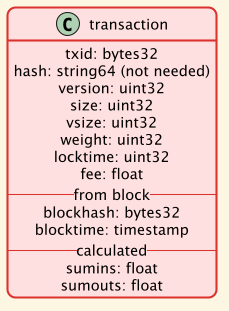
Before: out/uml/tx/transaction.png, a diagram exported from PlantUML (Blockchain-Data-Analytics/BCA-Index-Bitcoin). Its diagram source:
```plantuml
@startuml transaction

!theme sunlust

class transaction {
    txid: bytes32
    hash: string64 (not needed)
    version: uint32
    size: uint32
    vsize: uint32
    weight: uint32
    locktime: uint32
    fee: float
    --from block--
    blockhash: bytes32
    blocktime: timestamp
    --calculated--
    sumins: float
    sumouts: float
}

@enduml
```
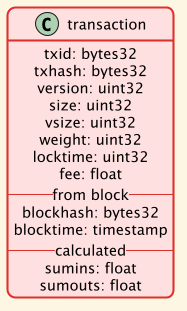
The same file after the commit.

Diff of the diagram source:
```diff
@@ -4,7 +4,7 @@
 
 class transaction {
     txid: bytes32
-    hash: string64 (not needed)
+    txhash: bytes32
     version: uint32
     size: uint32
     vsize: uint32
```
